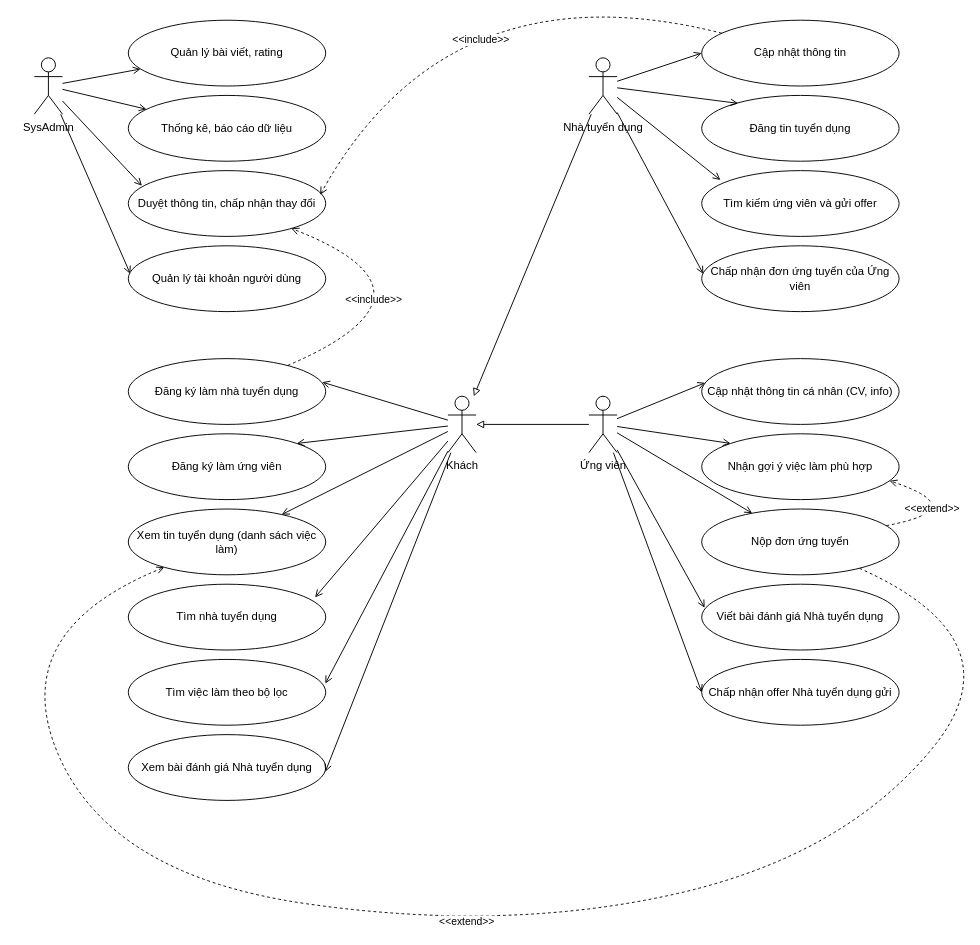
Above: page "Usecase" (2 of 2) of docs/db_design.drawio in quoctann/website-gioi-thieu-viec-lam (draw.io), before the change. Source tidied: cells renumbered, new cells numbered last; positions are measured from the earlier drawing's top-left corner, leaving out a move shared by most shapes. Both pictures are drawn from the tidied source at 94%, with x=0, y=0 at pixel (6, -37).
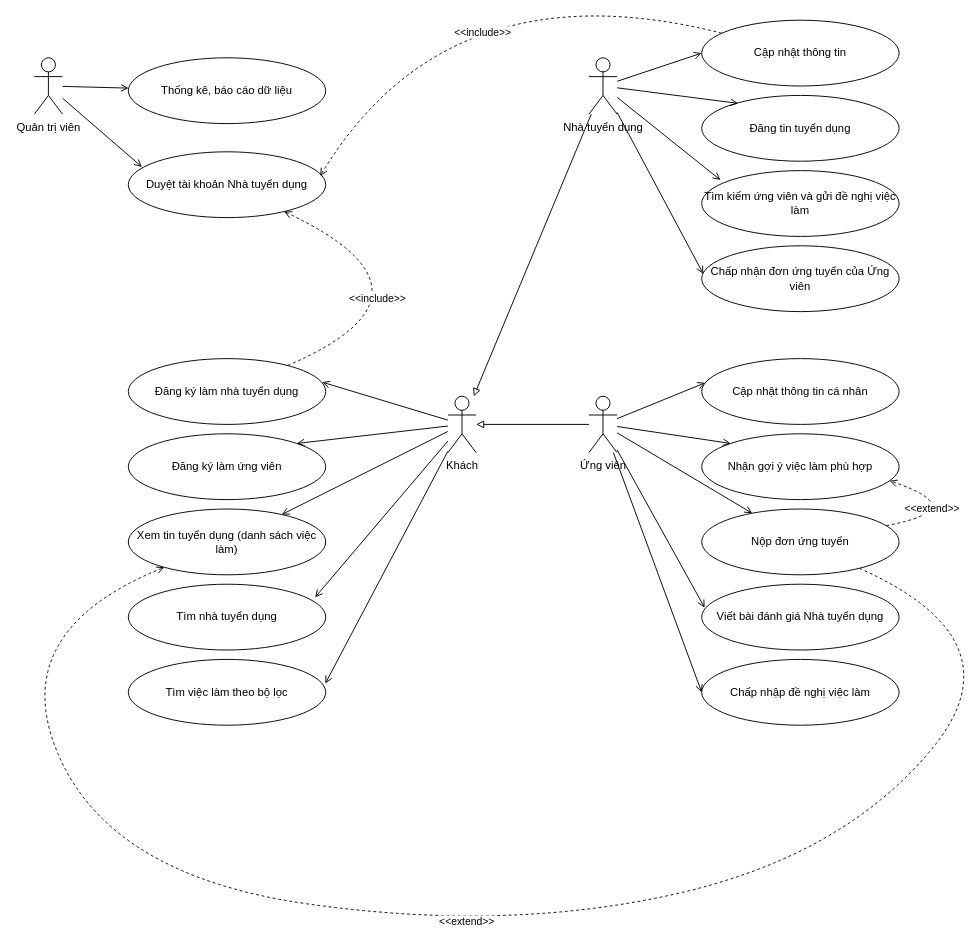
After the change.

The change refers to these unchanged cells:
```xml
<mxCell id="53" value="Khách" style="shape=umlActor;verticalLabelPosition=bottom;verticalAlign=top;html=1;" parent="1" vertex="1">
  <mxGeometry x="470" y="460" width="30" height="60" as="geometry" />
</mxCell>
```

What changed in the source:
```diff
@@
-    <mxCell id="2" style="rounded=0;jettySize=auto;html=1;endArrow=open;endFill=0;" parent="1" edge="1" source="6" target="7">
-      <mxGeometry relative="1" as="geometry" />
-    </mxCell>
@@
-    <mxCell id="5" style="edgeStyle=none;rounded=0;jettySize=auto;html=1;entryX=0.01;entryY=0.427;entryDx=0;entryDy=0;entryPerimeter=0;endArrow=open;endFill=0;" parent="1" edge="1" source="6" target="10">
-      <mxGeometry relative="1" as="geometry" />
-    </mxCell>
-    <mxCell id="6" value="SysAdmin" style="shape=umlActor;verticalLabelPosition=bottom;verticalAlign=top;html=1;outlineConnect=0;" parent="1" vertex="1">
+    <mxCell id="6" value="Quản trị viên" style="shape=umlActor;verticalLabelPosition=bottom;verticalAlign=top;html=1;outlineConnect=0;" parent="1" vertex="1">
       <mxGeometry x="30" y="100" width="30" height="60" as="geometry" />
     </mxCell>
-    <mxCell id="7" value="Quản lý bài viết, rating" style="ellipse;whiteSpace=wrap;html=1;" parent="1" vertex="1">
-      <mxGeometry x="130" y="60" width="210" height="70" as="geometry" />
-    </mxCell>
     <mxCell id="8" value="Thống kê, báo cáo dữ liệu" style="ellipse;whiteSpace=wrap;html=1;" parent="1" vertex="1">
-      <mxGeometry x="130" y="140" width="210" height="70" as="geometry" />
+      <mxGeometry x="130" y="100" width="210" height="70" as="geometry" />
     </mxCell>
-    <mxCell id="9" value="Duyệt thông tin, chấp nhận thay đổi" style="ellipse;whiteSpace=wrap;html=1;" parent="1" vertex="1">
-      <mxGeometry x="130" y="220" width="210" height="70" as="geometry" />
+    <mxCell id="9" value="Duyệt tài khoản Nhà tuyển dụng" style="ellipse;whiteSpace=wrap;html=1;" parent="1" vertex="1">
+      <mxGeometry x="130" y="200" width="210" height="70" as="geometry" />
     </mxCell>
-    <mxCell id="10" value="Quản lý tài khoản người dùng" style="ellipse;whiteSpace=wrap;html=1;" parent="1" vertex="1">
-      <mxGeometry x="130" y="300" width="210" height="70" as="geometry" />
-    </mxCell>
@@
-    <mxCell id="18" value="Xem bài đánh giá Nhà tuyển dụng" style="ellipse;whiteSpace=wrap;html=1;" parent="1" vertex="1">
-      <mxGeometry x="130" y="820" width="210" height="70" as="geometry" />
-    </mxCell>
@@
-    <mxCell id="23" value="Tìm kiếm ứng viên và gửi offer" style="ellipse;whiteSpace=wrap;html=1;" parent="1" vertex="1">
+    <mxCell id="23" value="Tìm kiếm ứng viên và gửi đề nghị việc làm" style="ellipse;whiteSpace=wrap;html=1;" parent="1" vertex="1">
       <mxGeometry x="740" y="220" width="210" height="70" as="geometry" />
     </mxCell>
@@
-    <mxCell id="25" value="Cập nhật thông tin cá nhân (CV, info)" style="ellipse;whiteSpace=wrap;html=1;" parent="1" vertex="1">
+    <mxCell id="25" value="Cập nhật thông tin cá nhân" style="ellipse;whiteSpace=wrap;html=1;" parent="1" vertex="1">
       <mxGeometry x="740" y="420" width="210" height="70" as="geometry" />
     </mxCell>
@@
-    <mxCell id="33" value="Chấp nhận offer Nhà tuyển dụng gửi" style="ellipse;whiteSpace=wrap;html=1;" parent="1" vertex="1">
+    <mxCell id="33" value="Chấp nhập đề nghị việc làm" style="ellipse;whiteSpace=wrap;html=1;" parent="1" vertex="1">
       <mxGeometry x="740" y="740" width="210" height="70" as="geometry" />
     </mxCell>
@@
-    <mxCell id="52" style="edgeStyle=none;rounded=0;jettySize=auto;html=1;entryX=0.998;entryY=0.565;entryDx=0;entryDy=0;entryPerimeter=0;endArrow=open;endFill=0;" parent="1" edge="1" source="53" target="18">
-      <mxGeometry relative="1" as="geometry" />
-    </mxCell>
```
